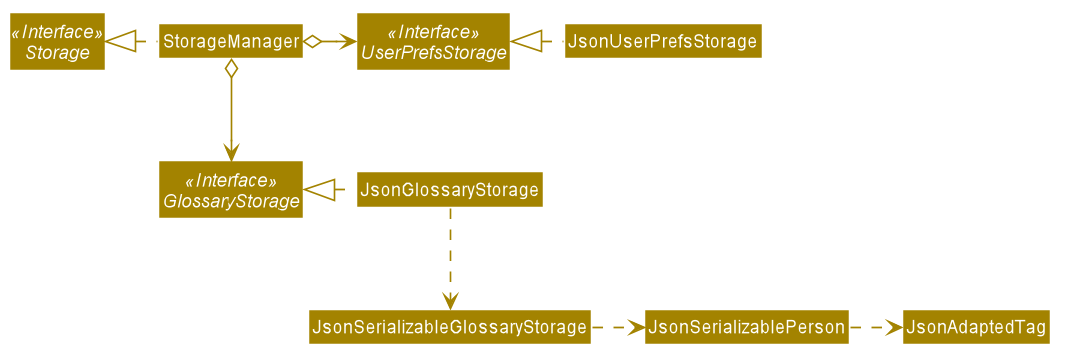
This is docs/images/StorageClassDiagram.png from zhizhizhizhizhi/tp, a PlantUML export, as it was before one commit.
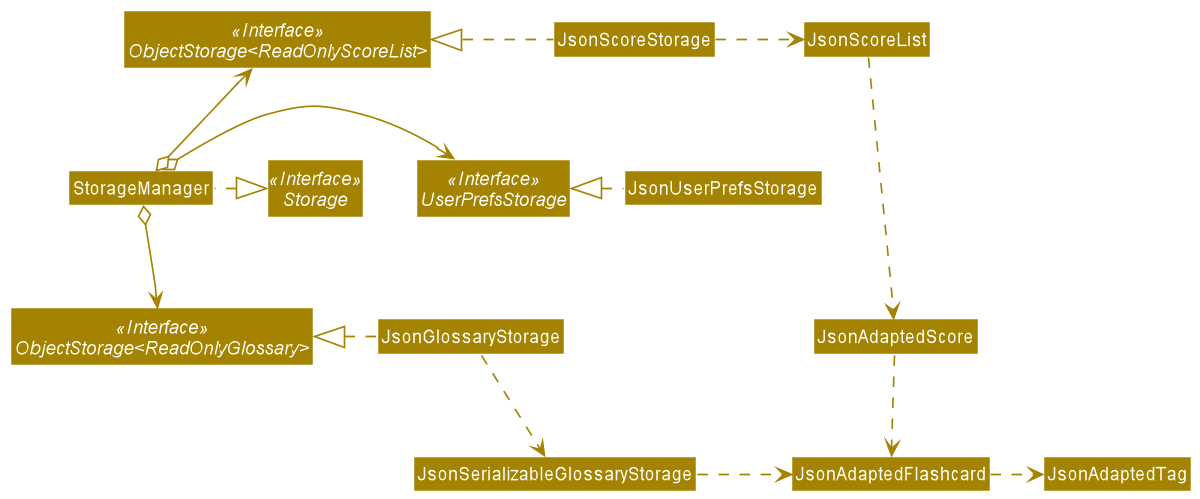
After the commit.

Commit message:
EOF and update Storage class diagram

Change to the diagram source:
```diff
@@ -1,71 +1,34 @@
 @startuml
-
-
-
-
-
-
-
-
-skinparam BackgroundColor #FFFFFFF
-
-skinparam Shadowing false
-
-skinparam Class {
-    FontColor #FFFFFF
-    BorderThickness 1
-    BorderColor #FFFFFF
-    StereotypeFontColor #FFFFFF
-    FontName Arial
-}
-
-skinparam Actor {
-    BorderColor #000000
-    Color #000000
-    FontName Arial
-}
-
-skinparam Sequence {
-    MessageAlign center
-    BoxFontSize 15
-    BoxPadding 0
-    BoxFontColor #FFFFFF
-    FontName Arial
-}
-
-skinparam Participant {
-    FontColor #FFFFFFF
-    Padding 20
-}
-
-skinparam MinClassWidth 50
-skinparam ParticipantPadding 10
-skinparam Shadowing false
-skinparam DefaultTextAlignment center
-skinparam packageStyle Rectangle
-
-hide footbox
-hide members
-hide circle
+!include style.puml
 skinparam arrowThickness 1.1
-skinparam arrowColor #A38300
-skinparam classBackgroundColor #A38300
+skinparam arrowColor STORAGE_COLOR
+skinparam classBackgroundColor STORAGE_COLOR
 
 Interface Storage <<Interface>>
 Interface UserPrefsStorage <<Interface>>
-Interface GlossaryStorage <<Interface>>
+Interface "ObjectStorage<ReadOnlyGlossary>" <<Interface>>
+Interface "ObjectStorage<ReadOnlyScoreList>" <<Interface>>
 
 Class StorageManager
 Class JsonUserPrefsStorage
 Class JsonGlossaryStorage
+Class JsonScoreStorage
+Class JsonScoreList
+Class JsonAdaptedScore
 
 StorageManager .left.|> Storage
 StorageManager o-right-> UserPrefsStorage
-StorageManager o--> GlossaryStorage
+StorageManager o-down-> "ObjectStorage<ReadOnlyGlossary>"
+StorageManager o-up-> "ObjectStorage<ReadOnlyScoreList>"
 
 JsonUserPrefsStorage .left.|> UserPrefsStorage
-JsonGlossaryStorage .left.|> GlossaryStorage
+JsonGlossaryStorage .left.|> "ObjectStorage<ReadOnlyGlossary>"
 JsonGlossaryStorage .down.> JsonSerializableGlossaryStorage
-JsonSerializableGlossaryStorage .right.> JsonSerializablePerson
-JsonSerializablePerson .right.> JsonAdaptedTag
+JsonSerializableGlossaryStorage .right.> JsonAdaptedFlashcard
+JsonAdaptedFlashcard .right.> JsonAdaptedTag
+
+JsonScoreStorage .left.|> "ObjectStorage<ReadOnlyScoreList>"
+JsonScoreStorage .right.> JsonScoreList
+JsonScoreList .down.> JsonAdaptedScore
+JsonAdaptedScore .down.> JsonAdaptedFlashcard
 @enduml
```
